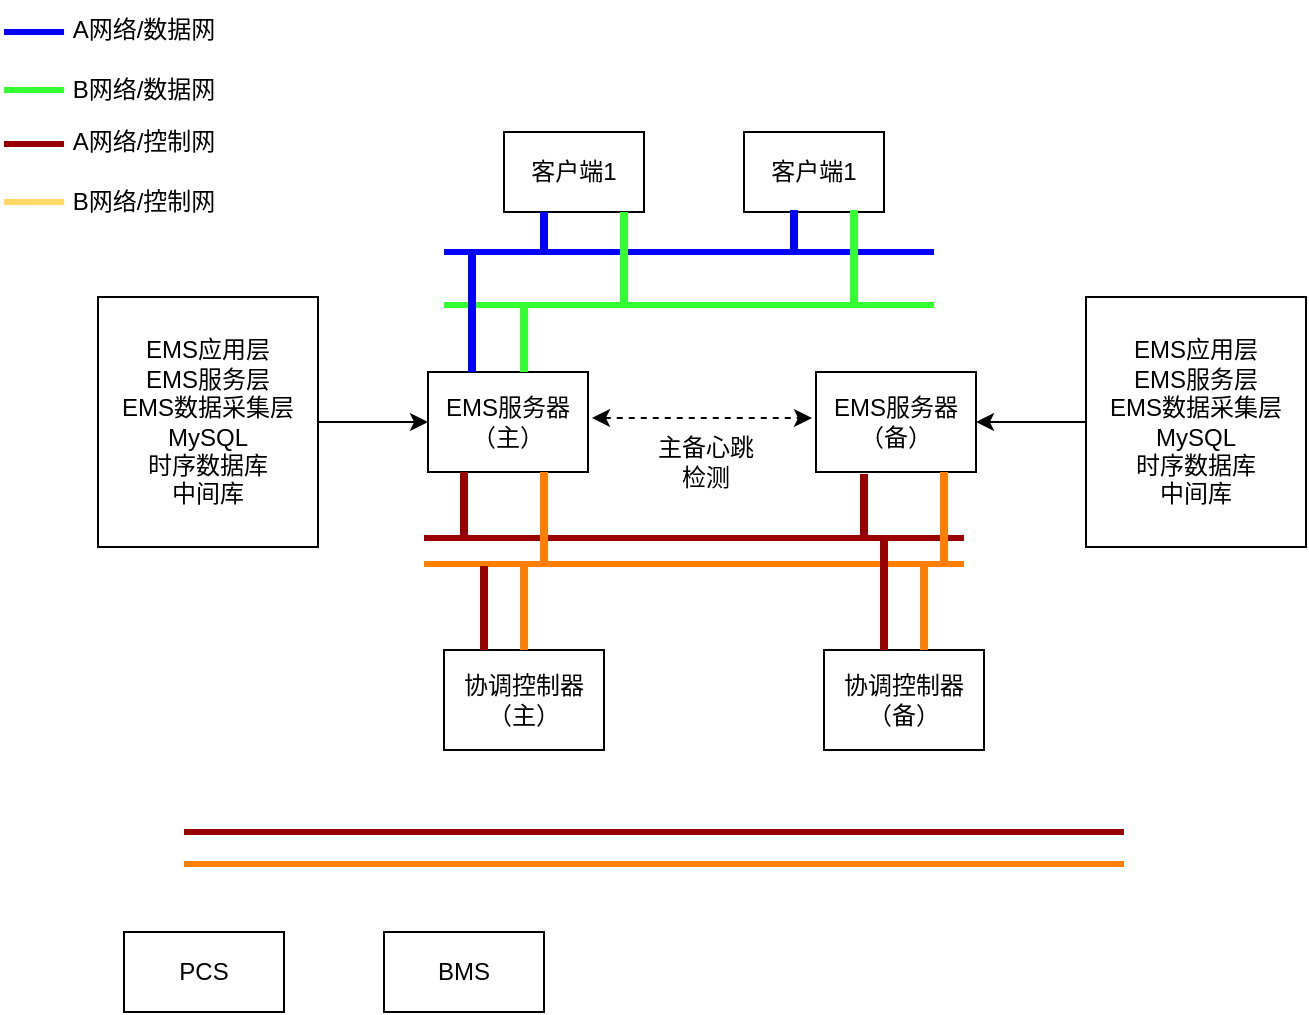
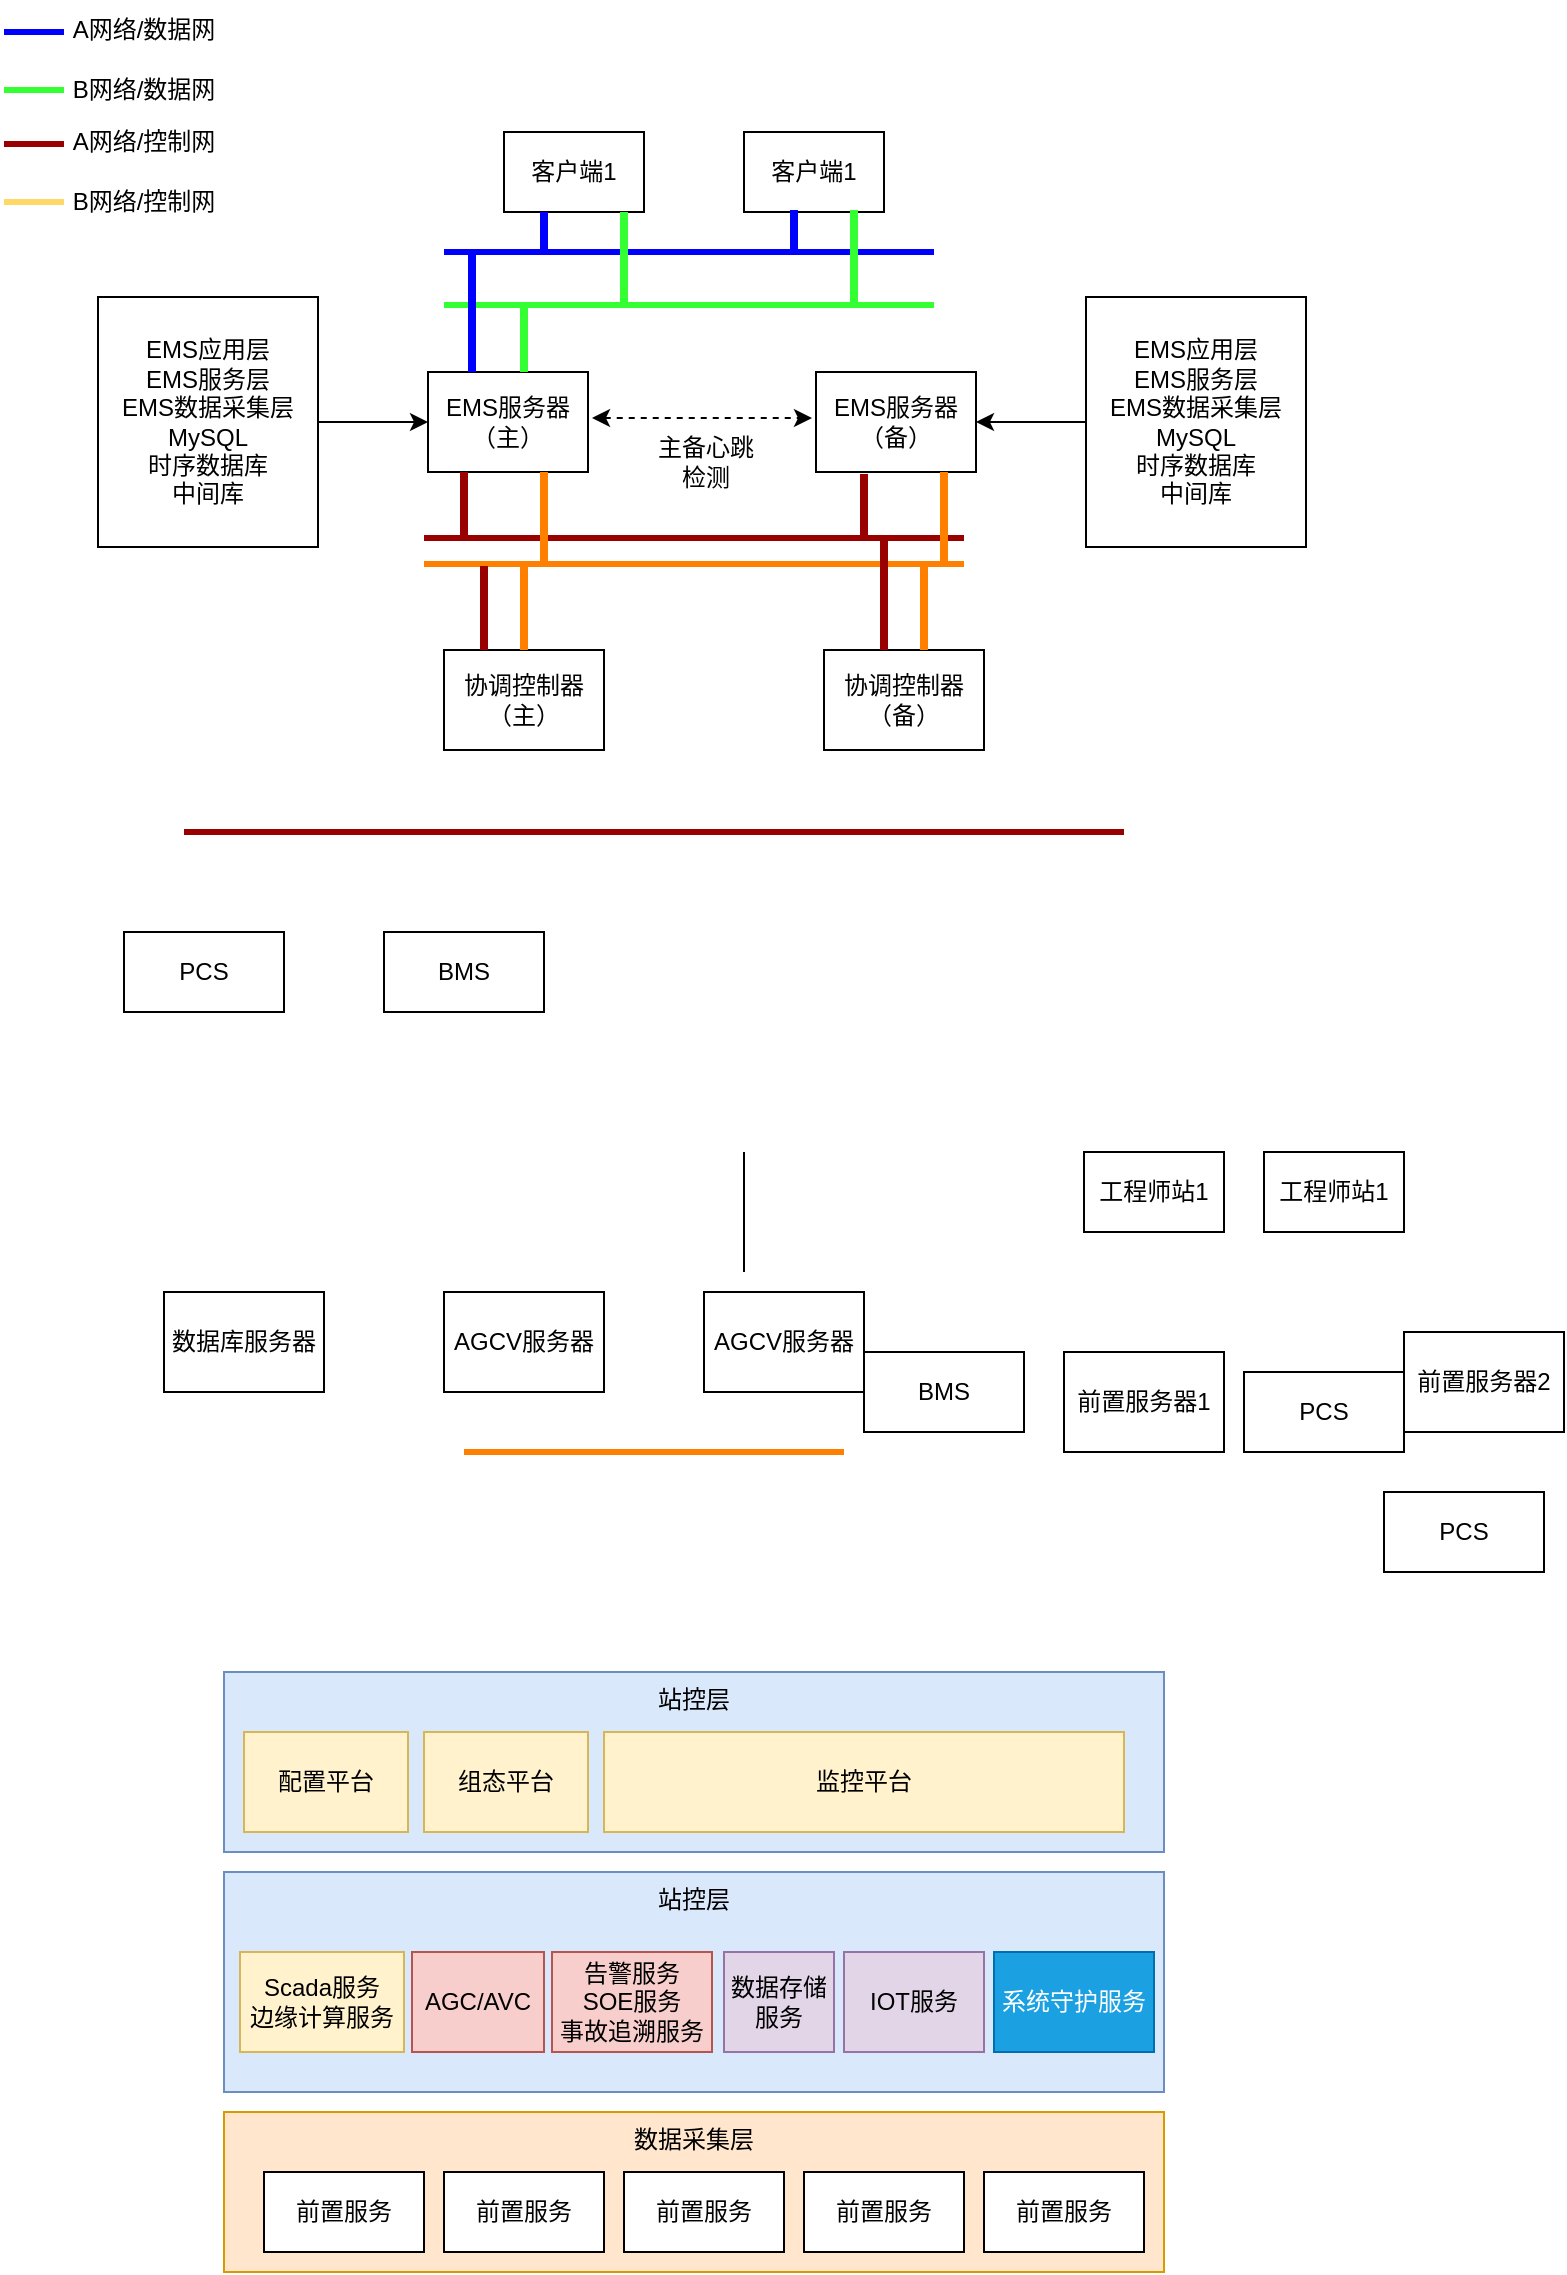
<mxfile host="app.diagrams.net">
  <diagram name="第 1 页" id="N2bxBcu8EwAXT-DYnggc">
    <mxGraphModel dx="808" dy="450" grid="1" gridSize="10" guides="0" tooltips="1" connect="1" arrows="1" fold="1" page="1" pageScale="1" pageWidth="827" pageHeight="1169" math="0" shadow="0">
      <root>
        <mxCell id="0" />
        <mxCell id="1" parent="0" />
        <mxCell id="1M2EkuuaH0I6u6kTQphL-1" parent="1" style="rounded=0;whiteSpace=wrap;html=1;" value="客户端1" vertex="1">
          <mxGeometry height="40" width="70" x="270" y="110" as="geometry" />
        </mxCell>
        <mxCell id="1M2EkuuaH0I6u6kTQphL-2" parent="1" style="rounded=0;whiteSpace=wrap;html=1;" value="客户端1" vertex="1">
          <mxGeometry height="40" width="70" x="390" y="110" as="geometry" />
        </mxCell>
        <mxCell id="1M2EkuuaH0I6u6kTQphL-3" parent="1" style="rounded=0;whiteSpace=wrap;html=1;" value="EMS服务器（主）" vertex="1">
          <mxGeometry height="50" width="80" x="232" y="230" as="geometry" />
        </mxCell>
        <mxCell id="1M2EkuuaH0I6u6kTQphL-4" parent="1" style="rounded=0;whiteSpace=wrap;html=1;" value="EMS服务器（备）" vertex="1">
          <mxGeometry height="50" width="80" x="426" y="230" as="geometry" />
        </mxCell>
        <mxCell id="1M2EkuuaH0I6u6kTQphL-6" edge="1" parent="1" source="1M2EkuuaH0I6u6kTQphL-5" style="edgeStyle=orthogonalEdgeStyle;rounded=0;orthogonalLoop=1;jettySize=auto;html=1;" target="1M2EkuuaH0I6u6kTQphL-3" value="">
          <mxGeometry relative="1" as="geometry" />
        </mxCell>
        <mxCell id="1M2EkuuaH0I6u6kTQphL-5" parent="1" style="rounded=0;whiteSpace=wrap;html=1;" value="&lt;div&gt;EMS应用层&lt;/div&gt;&lt;div&gt;EMS服务层&lt;/div&gt;&lt;div&gt;EMS数据采集层&lt;/div&gt;&lt;div&gt;MySQL&lt;/div&gt;&lt;div&gt;时序数据库&lt;/div&gt;&lt;div&gt;中间库&lt;/div&gt;" vertex="1">
          <mxGeometry height="125" width="110" x="67" y="192.5" as="geometry" />
        </mxCell>
        <mxCell id="1M2EkuuaH0I6u6kTQphL-8" edge="1" parent="1" source="1M2EkuuaH0I6u6kTQphL-7" style="edgeStyle=orthogonalEdgeStyle;rounded=0;orthogonalLoop=1;jettySize=auto;html=1;" target="1M2EkuuaH0I6u6kTQphL-4" value="">
          <mxGeometry relative="1" as="geometry" />
        </mxCell>
        <mxCell id="1M2EkuuaH0I6u6kTQphL-7" parent="1" style="rounded=0;whiteSpace=wrap;html=1;" value="&lt;div&gt;EMS应用层&lt;/div&gt;&lt;div&gt;EMS服务层&lt;/div&gt;&lt;div&gt;EMS数据采集层&lt;/div&gt;&lt;div&gt;MySQL&lt;/div&gt;&lt;div&gt;时序数据库&lt;/div&gt;&lt;div&gt;中间库&lt;/div&gt;" vertex="1">
          <mxGeometry height="125" width="110" x="561" y="192.5" as="geometry" />
        </mxCell>
        <mxCell id="1M2EkuuaH0I6u6kTQphL-9" parent="1" style="rounded=0;whiteSpace=wrap;html=1;" value="PCS" vertex="1">
          <mxGeometry height="40" width="80" x="80" y="510" as="geometry" />
        </mxCell>
        <mxCell id="1M2EkuuaH0I6u6kTQphL-10" parent="1" style="rounded=0;whiteSpace=wrap;html=1;" value="BMS" vertex="1">
          <mxGeometry height="40" width="80" x="210" y="510" as="geometry" />
        </mxCell>
        <mxCell id="1M2EkuuaH0I6u6kTQphL-11" edge="1" parent="1" style="endArrow=none;html=1;rounded=0;strokeWidth=3;strokeColor=#0000FF;" value="">
          <mxGeometry height="50" relative="1" width="50" as="geometry">
            <mxPoint x="240" y="170" as="sourcePoint" />
            <mxPoint x="485" y="170" as="targetPoint" />
          </mxGeometry>
        </mxCell>
        <mxCell id="1M2EkuuaH0I6u6kTQphL-12" edge="1" parent="1" style="endArrow=none;html=1;rounded=0;strokeWidth=3;strokeColor=#33FF33;" value="">
          <mxGeometry height="50" relative="1" width="50" as="geometry">
            <mxPoint x="240" y="196.5" as="sourcePoint" />
            <mxPoint x="485" y="196.5" as="targetPoint" />
          </mxGeometry>
        </mxCell>
        <mxCell id="1M2EkuuaH0I6u6kTQphL-13" edge="1" parent="1" style="endArrow=none;html=1;rounded=0;strokeWidth=3;strokeColor=#0000FF;" value="">
          <mxGeometry height="50" relative="1" width="50" as="geometry">
            <mxPoint x="20" y="60" as="sourcePoint" />
            <mxPoint x="50" y="60" as="targetPoint" />
          </mxGeometry>
        </mxCell>
        <mxCell id="1M2EkuuaH0I6u6kTQphL-14" parent="1" style="text;html=1;whiteSpace=wrap;strokeColor=none;fillColor=none;align=center;verticalAlign=middle;rounded=0;" value="A网络/数据网" vertex="1">
          <mxGeometry height="30" width="80" x="50" y="44" as="geometry" />
        </mxCell>
        <mxCell id="1M2EkuuaH0I6u6kTQphL-15" edge="1" parent="1" style="endArrow=none;html=1;rounded=0;strokeWidth=3;strokeColor=#33FF33;" value="">
          <mxGeometry height="50" relative="1" width="50" as="geometry">
            <mxPoint x="20" y="89" as="sourcePoint" />
            <mxPoint x="50" y="89" as="targetPoint" />
          </mxGeometry>
        </mxCell>
        <mxCell id="1M2EkuuaH0I6u6kTQphL-16" parent="1" style="text;html=1;whiteSpace=wrap;strokeColor=none;fillColor=none;align=center;verticalAlign=middle;rounded=0;" value="B网络/数据网" vertex="1">
          <mxGeometry height="30" width="80" x="50" y="74" as="geometry" />
        </mxCell>
        <mxCell id="1M2EkuuaH0I6u6kTQphL-17" edge="1" parent="1" style="endArrow=none;html=1;rounded=0;strokeWidth=4;strokeColor=#0000FF;" value="">
          <mxGeometry height="50" relative="1" width="50" as="geometry">
            <mxPoint x="290" y="170" as="sourcePoint" />
            <mxPoint x="290" y="150" as="targetPoint" />
          </mxGeometry>
        </mxCell>
        <mxCell id="1M2EkuuaH0I6u6kTQphL-19" edge="1" parent="1" style="endArrow=none;html=1;rounded=0;strokeWidth=4;strokeColor=#0000FF;" value="">
          <mxGeometry height="50" relative="1" width="50" as="geometry">
            <mxPoint x="415" y="169" as="sourcePoint" />
            <mxPoint x="415" y="149" as="targetPoint" />
          </mxGeometry>
        </mxCell>
        <mxCell id="1M2EkuuaH0I6u6kTQphL-20" edge="1" parent="1" style="endArrow=none;html=1;rounded=0;strokeWidth=4;strokeColor=#33FF33;" value="">
          <mxGeometry height="50" relative="1" width="50" as="geometry">
            <Array as="points">
              <mxPoint x="445" y="149" />
            </Array>
            <mxPoint x="445" y="197" as="sourcePoint" />
            <mxPoint x="445" y="189" as="targetPoint" />
          </mxGeometry>
        </mxCell>
        <mxCell id="1M2EkuuaH0I6u6kTQphL-22" edge="1" parent="1" style="endArrow=classic;startArrow=classic;html=1;rounded=0;dashed=1;" value="">
          <mxGeometry height="50" relative="1" width="50" as="geometry">
            <mxPoint x="314" y="253" as="sourcePoint" />
            <mxPoint x="424" y="253" as="targetPoint" />
          </mxGeometry>
        </mxCell>
        <mxCell id="1M2EkuuaH0I6u6kTQphL-23" parent="1" style="text;html=1;whiteSpace=wrap;strokeColor=none;fillColor=none;align=center;verticalAlign=middle;rounded=0;" value="主备心跳检测" vertex="1">
          <mxGeometry height="30" width="60" x="341" y="260" as="geometry" />
        </mxCell>
        <mxCell id="1M2EkuuaH0I6u6kTQphL-24" edge="1" parent="1" style="endArrow=none;html=1;rounded=0;strokeWidth=4;strokeColor=#0000FF;" value="">
          <mxGeometry height="50" relative="1" width="50" as="geometry">
            <Array as="points">
              <mxPoint x="254" y="170" />
            </Array>
            <mxPoint x="254" y="230" as="sourcePoint" />
            <mxPoint x="254" y="220" as="targetPoint" />
          </mxGeometry>
        </mxCell>
        <mxCell id="1M2EkuuaH0I6u6kTQphL-25" edge="1" parent="1" style="endArrow=none;html=1;rounded=0;strokeWidth=4;strokeColor=#33FF33;exitX=0.604;exitY=-0.04;exitDx=0;exitDy=0;exitPerimeter=0;" value="">
          <mxGeometry height="50" relative="1" width="50" as="geometry">
            <mxPoint x="280" y="230" as="sourcePoint" />
            <mxPoint x="280" y="196" as="targetPoint" />
          </mxGeometry>
        </mxCell>
        <mxCell id="1M2EkuuaH0I6u6kTQphL-26" edge="1" parent="1" style="endArrow=none;html=1;rounded=0;strokeWidth=4;strokeColor=#33FF33;" value="">
          <mxGeometry height="50" relative="1" width="50" as="geometry">
            <Array as="points">
              <mxPoint x="330" y="150" />
            </Array>
            <mxPoint x="330" y="197" as="sourcePoint" />
            <mxPoint x="330" y="190" as="targetPoint" />
          </mxGeometry>
        </mxCell>
        <mxCell id="1M2EkuuaH0I6u6kTQphL-27" parent="1" style="rounded=0;whiteSpace=wrap;html=1;" value="协调控制器（主）" vertex="1">
          <mxGeometry height="50" width="80" x="240" y="369" as="geometry" />
        </mxCell>
        <mxCell id="1M2EkuuaH0I6u6kTQphL-28" parent="1" style="rounded=0;whiteSpace=wrap;html=1;" value="协调控制器（备）" vertex="1">
          <mxGeometry height="50" width="80" x="430" y="369" as="geometry" />
        </mxCell>
        <mxCell id="1M2EkuuaH0I6u6kTQphL-30" edge="1" parent="1" style="endArrow=none;html=1;rounded=0;strokeWidth=3;strokeColor=#990000;" value="">
          <mxGeometry height="50" relative="1" width="50" as="geometry">
            <mxPoint x="230" y="313" as="sourcePoint" />
            <mxPoint x="500" y="313" as="targetPoint" />
          </mxGeometry>
        </mxCell>
        <mxCell id="1M2EkuuaH0I6u6kTQphL-31" edge="1" parent="1" style="endArrow=none;html=1;rounded=0;strokeWidth=3;strokeColor=#FF8000;" value="">
          <mxGeometry height="50" relative="1" width="50" as="geometry">
            <mxPoint x="230" y="326" as="sourcePoint" />
            <mxPoint x="500" y="326" as="targetPoint" />
          </mxGeometry>
        </mxCell>
        <mxCell id="1M2EkuuaH0I6u6kTQphL-32" edge="1" parent="1" style="endArrow=none;html=1;rounded=0;strokeWidth=4;strokeColor=#990000;" value="">
          <mxGeometry height="50" relative="1" width="50" as="geometry">
            <mxPoint x="250" y="313" as="sourcePoint" />
            <mxPoint x="250" y="280" as="targetPoint" />
          </mxGeometry>
        </mxCell>
        <mxCell id="1M2EkuuaH0I6u6kTQphL-33" edge="1" parent="1" style="endArrow=none;html=1;rounded=0;strokeWidth=4;strokeColor=#FF8000;" value="">
          <mxGeometry height="50" relative="1" width="50" as="geometry">
            <Array as="points">
              <mxPoint x="290" y="280" />
            </Array>
            <mxPoint x="290" y="327" as="sourcePoint" />
            <mxPoint x="290" y="320" as="targetPoint" />
          </mxGeometry>
        </mxCell>
        <mxCell id="1M2EkuuaH0I6u6kTQphL-34" edge="1" parent="1" style="endArrow=none;html=1;rounded=0;strokeWidth=3;strokeColor=#990000;" value="">
          <mxGeometry height="50" relative="1" width="50" as="geometry">
            <mxPoint x="20" y="116" as="sourcePoint" />
            <mxPoint x="50" y="116" as="targetPoint" />
          </mxGeometry>
        </mxCell>
        <mxCell id="1M2EkuuaH0I6u6kTQphL-35" parent="1" style="text;html=1;whiteSpace=wrap;strokeColor=none;fillColor=none;align=center;verticalAlign=middle;rounded=0;" value="A网络/控制网" vertex="1">
          <mxGeometry height="30" width="80" x="50" y="100" as="geometry" />
        </mxCell>
        <mxCell id="1M2EkuuaH0I6u6kTQphL-36" edge="1" parent="1" style="endArrow=none;html=1;rounded=0;strokeWidth=3;strokeColor=#FFD966;" value="">
          <mxGeometry height="50" relative="1" width="50" as="geometry">
            <mxPoint x="20" y="145" as="sourcePoint" />
            <mxPoint x="50" y="145" as="targetPoint" />
          </mxGeometry>
        </mxCell>
        <mxCell id="1M2EkuuaH0I6u6kTQphL-37" parent="1" style="text;html=1;whiteSpace=wrap;strokeColor=none;fillColor=none;align=center;verticalAlign=middle;rounded=0;" value="B网络/控制网" vertex="1">
          <mxGeometry height="30" width="80" x="50" y="130" as="geometry" />
        </mxCell>
        <mxCell id="1M2EkuuaH0I6u6kTQphL-38" edge="1" parent="1" style="endArrow=none;html=1;rounded=0;strokeWidth=4;strokeColor=#990000;" value="">
          <mxGeometry height="50" relative="1" width="50" as="geometry">
            <mxPoint x="450" y="313" as="sourcePoint" />
            <mxPoint x="450" y="281" as="targetPoint" />
          </mxGeometry>
        </mxCell>
        <mxCell id="1M2EkuuaH0I6u6kTQphL-39" edge="1" parent="1" style="endArrow=none;html=1;rounded=0;strokeWidth=4;strokeColor=#FF8000;" value="">
          <mxGeometry height="50" relative="1" width="50" as="geometry">
            <Array as="points">
              <mxPoint x="490" y="280" />
            </Array>
            <mxPoint x="490" y="327" as="sourcePoint" />
            <mxPoint x="490" y="320" as="targetPoint" />
          </mxGeometry>
        </mxCell>
        <mxCell id="1M2EkuuaH0I6u6kTQphL-40" edge="1" parent="1" style="endArrow=none;html=1;rounded=0;strokeWidth=4;strokeColor=#990000;exitX=0;exitY=0;exitDx=0;exitDy=0;" value="">
          <mxGeometry height="50" relative="1" width="50" as="geometry">
            <mxPoint x="260" y="369" as="sourcePoint" />
            <mxPoint x="260" y="327" as="targetPoint" />
          </mxGeometry>
        </mxCell>
        <mxCell id="1M2EkuuaH0I6u6kTQphL-41" edge="1" parent="1" source="1M2EkuuaH0I6u6kTQphL-27" style="endArrow=none;html=1;rounded=0;strokeWidth=4;strokeColor=#FF8000;exitX=0.5;exitY=0;exitDx=0;exitDy=0;" value="">
          <mxGeometry height="50" relative="1" width="50" as="geometry">
            <Array as="points">
              <mxPoint x="280" y="325" />
            </Array>
            <mxPoint x="280" y="372" as="sourcePoint" />
            <mxPoint x="280" y="350" as="targetPoint" />
          </mxGeometry>
        </mxCell>
        <mxCell id="1M2EkuuaH0I6u6kTQphL-43" edge="1" parent="1" style="endArrow=none;html=1;rounded=0;strokeWidth=4;strokeColor=#990000;exitX=0;exitY=0;exitDx=0;exitDy=0;" value="">
          <mxGeometry height="50" relative="1" width="50" as="geometry">
            <mxPoint x="460" y="369" as="sourcePoint" />
            <mxPoint x="460" y="313" as="targetPoint" />
          </mxGeometry>
        </mxCell>
        <mxCell id="1M2EkuuaH0I6u6kTQphL-44" edge="1" parent="1" style="endArrow=none;html=1;rounded=0;strokeWidth=4;strokeColor=#FF8000;exitX=0.5;exitY=0;exitDx=0;exitDy=0;" value="">
          <mxGeometry height="50" relative="1" width="50" as="geometry">
            <Array as="points">
              <mxPoint x="480" y="325" />
            </Array>
            <mxPoint x="480" y="369" as="sourcePoint" />
            <mxPoint x="480" y="350" as="targetPoint" />
          </mxGeometry>
        </mxCell>
        <mxCell id="1M2EkuuaH0I6u6kTQphL-45" edge="1" parent="1" style="endArrow=none;html=1;rounded=0;strokeWidth=3;strokeColor=#990000;" value="">
          <mxGeometry height="50" relative="1" width="50" as="geometry">
            <mxPoint x="110" y="460" as="sourcePoint" />
            <mxPoint x="580" y="460" as="targetPoint" />
          </mxGeometry>
        </mxCell>
        <mxCell id="1M2EkuuaH0I6u6kTQphL-46" edge="1" parent="1" style="endArrow=none;html=1;rounded=0;strokeWidth=3;strokeColor=#FF8000;" value="">
          <mxGeometry height="50" relative="1" width="50" as="geometry">
-             <mxPoint x="110" y="476" as="sourcePoint" />
-             <mxPoint x="580" y="476" as="targetPoint" />
-           </mxGeometry>
+             <mxPoint x="250" y="770" as="sourcePoint" />
+             <mxPoint x="440" y="770" as="targetPoint" />
+           </mxGeometry>
+         </mxCell>
+         <mxCell id="vqzXZV3wLVQdL583pEfN-2" parent="1" style="rounded=0;whiteSpace=wrap;html=1;" value="工程师站1" vertex="1">
+           <mxGeometry height="40" width="70" x="560" y="620" as="geometry" />
+         </mxCell>
+         <mxCell id="vqzXZV3wLVQdL583pEfN-3" parent="1" style="rounded=0;whiteSpace=wrap;html=1;" value="工程师站1" vertex="1">
+           <mxGeometry height="40" width="70" x="650" y="620" as="geometry" />
+         </mxCell>
+         <mxCell id="vqzXZV3wLVQdL583pEfN-7" parent="1" style="rounded=0;whiteSpace=wrap;html=1;" value="前置服务器1" vertex="1">
+           <mxGeometry height="50" width="80" x="550" y="720" as="geometry" />
+         </mxCell>
+         <mxCell id="vqzXZV3wLVQdL583pEfN-8" parent="1" style="rounded=0;whiteSpace=wrap;html=1;" value="AGCV服务器" vertex="1">
+           <mxGeometry height="50" width="80" x="240" y="690" as="geometry" />
+         </mxCell>
+         <mxCell id="vqzXZV3wLVQdL583pEfN-10" parent="1" style="rounded=0;whiteSpace=wrap;html=1;" value="数据库服务器" vertex="1">
+           <mxGeometry height="50" width="80" x="100" y="690" as="geometry" />
+         </mxCell>
+         <mxCell id="vqzXZV3wLVQdL583pEfN-11" parent="1" style="rounded=0;whiteSpace=wrap;html=1;" value="前置服务器2" vertex="1">
+           <mxGeometry height="50" width="80" x="720" y="710" as="geometry" />
+         </mxCell>
+         <mxCell id="vqzXZV3wLVQdL583pEfN-12" parent="1" style="rounded=0;whiteSpace=wrap;html=1;" value="AGCV服务器" vertex="1">
+           <mxGeometry height="50" width="80" x="370" y="690" as="geometry" />
+         </mxCell>
+         <mxCell id="vqzXZV3wLVQdL583pEfN-13" edge="1" parent="1" style="endArrow=none;html=1;rounded=0;" value="">
+           <mxGeometry height="50" relative="1" width="50" as="geometry">
+             <mxPoint x="390" y="680" as="sourcePoint" />
+             <mxPoint x="390" y="620" as="targetPoint" />
+           </mxGeometry>
+         </mxCell>
+         <mxCell id="vqzXZV3wLVQdL583pEfN-14" parent="1" style="rounded=0;whiteSpace=wrap;html=1;" value="PCS" vertex="1">
+           <mxGeometry height="40" width="80" x="640" y="730" as="geometry" />
+         </mxCell>
+         <mxCell id="vqzXZV3wLVQdL583pEfN-15" parent="1" style="rounded=0;whiteSpace=wrap;html=1;" value="BMS" vertex="1">
+           <mxGeometry height="40" width="80" x="450" y="720" as="geometry" />
+         </mxCell>
+         <mxCell id="vqzXZV3wLVQdL583pEfN-16" parent="1" style="rounded=0;whiteSpace=wrap;html=1;" value="PCS" vertex="1">
+           <mxGeometry height="40" width="80" x="710" y="790" as="geometry" />
+         </mxCell>
+         <mxCell id="vqzXZV3wLVQdL583pEfN-17" parent="1" style="rounded=0;whiteSpace=wrap;html=1;verticalAlign=top;fillColor=#ffe6cc;strokeColor=#d79b00;" value="数据采集层" vertex="1">
+           <mxGeometry height="80" width="470" x="130" y="1100" as="geometry" />
+         </mxCell>
+         <mxCell id="vqzXZV3wLVQdL583pEfN-18" parent="1" style="rounded=0;whiteSpace=wrap;html=1;" value="前置服务" vertex="1">
+           <mxGeometry height="40" width="80" x="150" y="1130" as="geometry" />
+         </mxCell>
+         <mxCell id="vqzXZV3wLVQdL583pEfN-19" parent="1" style="rounded=0;whiteSpace=wrap;html=1;" value="前置服务" vertex="1">
+           <mxGeometry height="40" width="80" x="240" y="1130" as="geometry" />
+         </mxCell>
+         <mxCell id="vqzXZV3wLVQdL583pEfN-20" parent="1" style="rounded=0;whiteSpace=wrap;html=1;" value="前置服务" vertex="1">
+           <mxGeometry height="40" width="80" x="330" y="1130" as="geometry" />
+         </mxCell>
+         <mxCell id="vqzXZV3wLVQdL583pEfN-21" parent="1" style="rounded=0;whiteSpace=wrap;html=1;" value="前置服务" vertex="1">
+           <mxGeometry height="40" width="80" x="420" y="1130" as="geometry" />
+         </mxCell>
+         <mxCell id="vqzXZV3wLVQdL583pEfN-22" parent="1" style="rounded=0;whiteSpace=wrap;html=1;" value="前置服务" vertex="1">
+           <mxGeometry height="40" width="80" x="510" y="1130" as="geometry" />
+         </mxCell>
+         <mxCell id="vqzXZV3wLVQdL583pEfN-23" parent="1" style="rounded=0;whiteSpace=wrap;html=1;verticalAlign=top;fillColor=#dae8fc;strokeColor=#6c8ebf;" value="站控层" vertex="1">
+           <mxGeometry height="110" width="470" x="130" y="980" as="geometry" />
+         </mxCell>
+         <mxCell id="vqzXZV3wLVQdL583pEfN-25" parent="1" style="rounded=0;whiteSpace=wrap;html=1;fillColor=#fff2cc;strokeColor=#d6b656;" value="&lt;div&gt;Scada服务&lt;/div&gt;&lt;div&gt;边缘计算服务&lt;/div&gt;" vertex="1">
+           <mxGeometry height="50" width="82" x="138" y="1020" as="geometry" />
+         </mxCell>
+         <mxCell id="vqzXZV3wLVQdL583pEfN-26" parent="1" style="rounded=0;whiteSpace=wrap;html=1;fillColor=#f8cecc;strokeColor=#b85450;" value="AGC/AVC" vertex="1">
+           <mxGeometry height="50" width="66" x="224" y="1020" as="geometry" />
+         </mxCell>
+         <mxCell id="vqzXZV3wLVQdL583pEfN-27" parent="1" style="rounded=0;whiteSpace=wrap;html=1;fillColor=#f8cecc;strokeColor=#b85450;" value="&lt;div&gt;告警服务&lt;/div&gt;&lt;div&gt;SOE服务&lt;/div&gt;&lt;div&gt;事故追溯服务&lt;/div&gt;" vertex="1">
+           <mxGeometry height="50" width="80" x="294" y="1020" as="geometry" />
+         </mxCell>
+         <mxCell id="vqzXZV3wLVQdL583pEfN-28" parent="1" style="rounded=0;whiteSpace=wrap;html=1;fillColor=#e1d5e7;strokeColor=#9673a6;" value="数据存储服务" vertex="1">
+           <mxGeometry height="50" width="55" x="380" y="1020" as="geometry" />
+         </mxCell>
+         <mxCell id="vqzXZV3wLVQdL583pEfN-29" parent="1" style="rounded=0;whiteSpace=wrap;html=1;fillColor=#1ba1e2;fontColor=#ffffff;strokeColor=#006EAF;" value="系统守护服务" vertex="1">
+           <mxGeometry height="50" width="80" x="515" y="1020" as="geometry" />
+         </mxCell>
+         <mxCell id="vqzXZV3wLVQdL583pEfN-30" parent="1" style="rounded=0;whiteSpace=wrap;html=1;fillColor=#e1d5e7;strokeColor=#9673a6;" value="IOT服务" vertex="1">
+           <mxGeometry height="50" width="70" x="440" y="1020" as="geometry" />
+         </mxCell>
+         <mxCell id="vqzXZV3wLVQdL583pEfN-31" parent="1" style="rounded=0;whiteSpace=wrap;html=1;verticalAlign=top;fillColor=#dae8fc;strokeColor=#6c8ebf;" value="站控层" vertex="1">
+           <mxGeometry height="90" width="470" x="130" y="880" as="geometry" />
+         </mxCell>
+         <mxCell id="vqzXZV3wLVQdL583pEfN-33" parent="1" style="rounded=0;whiteSpace=wrap;html=1;fillColor=#fff2cc;strokeColor=#d6b656;" value="配置平台" vertex="1">
+           <mxGeometry height="50" width="82" x="140" y="910" as="geometry" />
+         </mxCell>
+         <mxCell id="vqzXZV3wLVQdL583pEfN-35" parent="1" style="rounded=0;whiteSpace=wrap;html=1;fillColor=#fff2cc;strokeColor=#d6b656;" value="组态平台" vertex="1">
+           <mxGeometry height="50" width="82" x="230" y="910" as="geometry" />
+         </mxCell>
+         <mxCell id="vqzXZV3wLVQdL583pEfN-36" parent="1" style="rounded=0;whiteSpace=wrap;html=1;fillColor=#fff2cc;strokeColor=#d6b656;" value="监控平台" vertex="1">
+           <mxGeometry height="50" width="260" x="320" y="910" as="geometry" />
        </mxCell>
      </root>
    </mxGraphModel>
  </diagram>
</mxfile>
